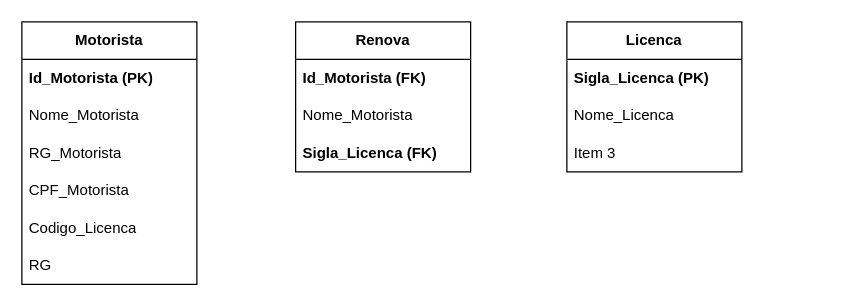
Above: BancoDados1/diagramas/Diagrama sem nome.drawio in jhosephethierry/cursopython (draw.io), before the change. Source tidied: cells renumbered, new cells numbered last; positions are measured from the earlier drawing's top-left corner, leaving out a move shared by most shapes. Both pictures are drawn from the tidied source at 125%, with x=0, y=0 at pixel (21, 21).
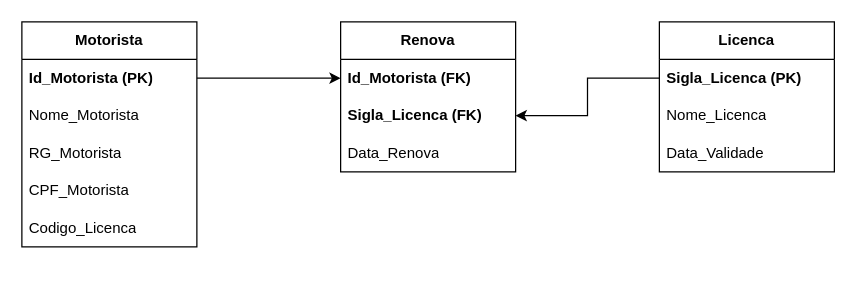
After the change.

What changed in the source:
```diff
@@
 <mxGraphModel>
   <root>
     <mxCell id="0" />
     <mxCell id="1" parent="0" />
     <mxCell id="2" value="&lt;b&gt;Motorista&lt;/b&gt;" style="swimlane;fontStyle=0;horizontal=1;startSize=30;whiteSpace=wrap;html=1;" parent="1" vertex="1">
-      <mxGeometry width="140" height="210" as="geometry" />
+      <mxGeometry width="140" height="180" as="geometry" />
     </mxCell>
     <mxCell id="3" value="&lt;b&gt;Id_Motorista (PK)&lt;/b&gt;" style="text;strokeColor=none;fillColor=none;align=left;verticalAlign=middle;spacingLeft=4;spacingRight=4;overflow=hidden;points=[[0,0.5],[1,0.5]];portConstraint=eastwest;whiteSpace=wrap;html=1;" parent="2" vertex="1">
       <mxGeometry y="30" width="140" height="30" as="geometry" />
     </mxCell>
     <mxCell id="4" value="Nome_Motorista" style="text;strokeColor=none;fillColor=none;align=left;verticalAlign=middle;spacingLeft=4;spacingRight=4;overflow=hidden;whiteSpace=wrap;html=1;" parent="2" vertex="1">
       <mxGeometry y="60" width="140" height="30" as="geometry" />
     </mxCell>
     <mxCell id="5" value="&lt;div&gt;RG_Motorista&lt;/div&gt;" style="text;strokeColor=none;fillColor=none;align=left;verticalAlign=middle;spacingLeft=4;spacingRight=4;overflow=hidden;whiteSpace=wrap;html=1;" parent="2" vertex="1">
       <mxGeometry y="90" width="140" height="30" as="geometry" />
     </mxCell>
     <mxCell id="6" value="CPF_Motorista" style="text;strokeColor=none;fillColor=none;align=left;verticalAlign=middle;spacingLeft=4;spacingRight=4;overflow=hidden;whiteSpace=wrap;html=1;" parent="2" vertex="1">
       <mxGeometry y="120" width="140" height="30" as="geometry" />
     </mxCell>
     <mxCell id="7" value="Codigo_Licenca" style="text;strokeColor=none;fillColor=none;align=left;verticalAlign=middle;spacingLeft=4;spacingRight=4;overflow=hidden;whiteSpace=wrap;html=1;" parent="2" vertex="1">
       <mxGeometry y="150" width="140" height="30" as="geometry" />
     </mxCell>
-    <mxCell id="8" value="&lt;div&gt;RG&lt;/div&gt;" style="text;strokeColor=none;fillColor=none;align=left;verticalAlign=middle;spacingLeft=4;spacingRight=4;overflow=hidden;whiteSpace=wrap;html=1;" parent="2" vertex="1">
-      <mxGeometry y="180" width="140" height="30" as="geometry" />
-    </mxCell>
     <mxCell id="9" value="&lt;b&gt;Licenca&lt;/b&gt;" style="swimlane;fontStyle=0;horizontal=1;startSize=30;whiteSpace=wrap;html=1;" parent="1" vertex="1">
-      <mxGeometry x="436" width="140" height="120" as="geometry" />
+      <mxGeometry x="510" width="140" height="120" as="geometry" />
     </mxCell>
     <mxCell id="10" value="&lt;b&gt;Sigla_Licenca (PK)&lt;/b&gt;" style="text;strokeColor=none;fillColor=none;align=left;verticalAlign=middle;spacingLeft=4;spacingRight=4;overflow=hidden;points=[[0,0.5],[1,0.5]];portConstraint=eastwest;whiteSpace=wrap;html=1;" parent="9" vertex="1">
       <mxGeometry y="30" width="140" height="30" as="geometry" />
     </mxCell>
     <mxCell id="11" value="Nome_Licenca" style="text;strokeColor=none;fillColor=none;align=left;verticalAlign=middle;spacingLeft=4;spacingRight=4;overflow=hidden;whiteSpace=wrap;html=1;" parent="9" vertex="1">
       <mxGeometry y="60" width="140" height="30" as="geometry" />
     </mxCell>
-    <mxCell id="12" value="Item 3" style="text;strokeColor=none;fillColor=none;align=left;verticalAlign=middle;spacingLeft=4;spacingRight=4;overflow=hidden;whiteSpace=wrap;html=1;" parent="9" vertex="1">
+    <mxCell id="12" value="Data_Validade" style="text;strokeColor=none;fillColor=none;align=left;verticalAlign=middle;spacingLeft=4;spacingRight=4;overflow=hidden;whiteSpace=wrap;html=1;" parent="9" vertex="1">
       <mxGeometry y="90" width="140" height="30" as="geometry" />
     </mxCell>
     <mxCell id="13" value="&lt;b&gt;Renova&lt;/b&gt;" style="swimlane;fontStyle=0;horizontal=1;startSize=30;whiteSpace=wrap;html=1;" parent="1" vertex="1">
-      <mxGeometry x="219" width="140" height="120" as="geometry" />
+      <mxGeometry x="255" width="140" height="120" as="geometry" />
     </mxCell>
     <mxCell id="14" value="&lt;b&gt;Id_Motorista (FK)&lt;/b&gt;" style="text;strokeColor=none;fillColor=none;align=left;verticalAlign=middle;spacingLeft=4;spacingRight=4;overflow=hidden;points=[[0,0.5],[1,0.5]];portConstraint=eastwest;whiteSpace=wrap;html=1;" parent="13" vertex="1">
       <mxGeometry y="30" width="140" height="30" as="geometry" />
     </mxCell>
+    <mxCell id="16" value="&lt;b&gt;Sigla_Licenca (FK)&lt;/b&gt;" style="text;strokeColor=none;fillColor=none;align=left;verticalAlign=middle;spacingLeft=4;spacingRight=4;overflow=hidden;points=[[0,0.5],[1,0.5]];portConstraint=eastwest;whiteSpace=wrap;html=1;" parent="13" vertex="1">
+      <mxGeometry y="60" width="140" height="30" as="geometry" />
+    </mxCell>
-    <mxCell id="15" value="Nome_Motorista" style="text;strokeColor=none;fillColor=none;align=left;verticalAlign=middle;spacingLeft=4;spacingRight=4;overflow=hidden;whiteSpace=wrap;html=1;" parent="13" vertex="1">
-      <mxGeometry y="60" width="140" height="30" as="geometry" />
+    <mxCell id="15" value="Data_Renova" style="text;strokeColor=none;fillColor=none;align=left;verticalAlign=middle;spacingLeft=4;spacingRight=4;overflow=hidden;whiteSpace=wrap;html=1;" parent="13" vertex="1">
+      <mxGeometry y="90" width="140" height="30" as="geometry" />
     </mxCell>
-    <mxCell id="16" value="&lt;b&gt;Sigla_Licenca (FK)&lt;/b&gt;" style="text;strokeColor=none;fillColor=none;align=left;verticalAlign=middle;spacingLeft=4;spacingRight=4;overflow=hidden;points=[[0,0.5],[1,0.5]];portConstraint=eastwest;whiteSpace=wrap;html=1;" parent="13" vertex="1">
-      <mxGeometry y="90" width="140" height="30" as="geometry" />
-    </mxCell>
+    <mxCell id="17" style="edgeStyle=orthogonalEdgeStyle;rounded=0;jettySize=auto;html=1;exitX=1;exitY=0.5;exitDx=0;exitDy=0;" parent="1" edge="1" source="3" target="14">
+      <mxGeometry relative="1" as="geometry" />
+    </mxCell>
+    <mxCell id="18" style="edgeStyle=orthogonalEdgeStyle;rounded=0;jettySize=auto;html=1;exitX=0;exitY=0.5;exitDx=0;exitDy=0;entryX=1;entryY=0.5;entryDx=0;entryDy=0;" parent="1" edge="1" source="10" target="16">
+      <mxGeometry relative="1" as="geometry" />
+    </mxCell>
   </root>
 </mxGraphModel>
```
